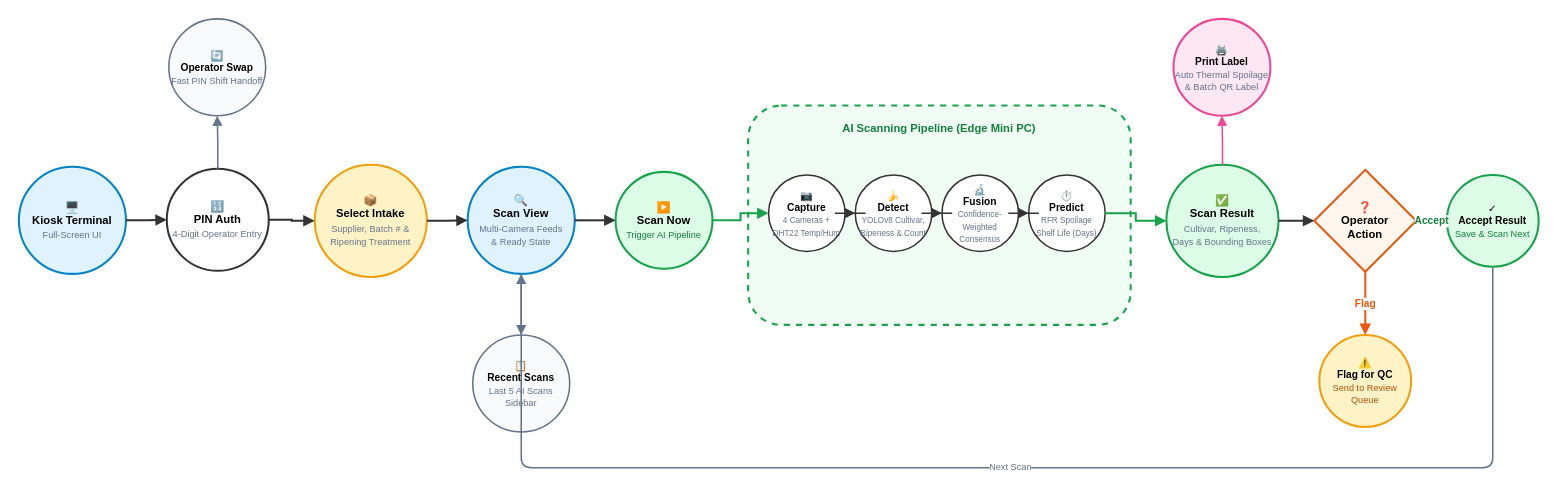
This is docs/bananavision-docs/docs/workflows/workflow_kiosk.drawio from BlackShark404/BananaVision, a draw.io file, before an edit. Source tidied: cells renumbered, new cells numbered last; positions are measured from the earlier drawing's top-left corner, leaving out a move shared by most shapes. Both pictures are drawn from the tidied source at 102%, with x=0, y=0 at pixel (18, 18).
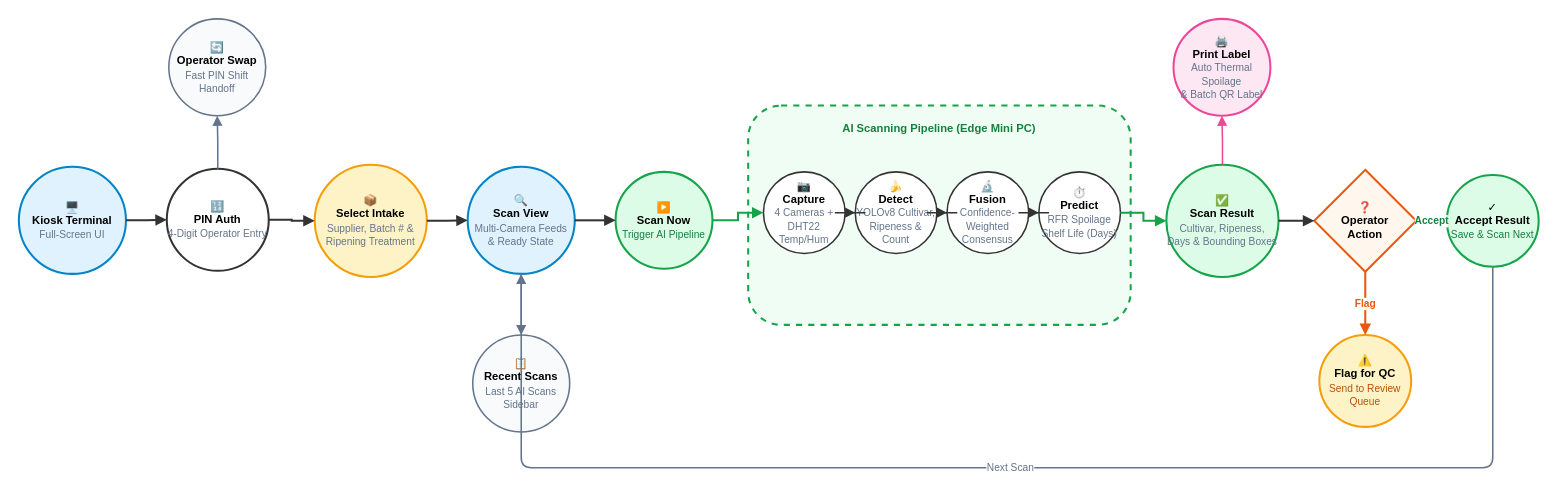
After the change.

Commit message (it also covers changes not shown here):
style: update font sizes and geometry in workflow diagram drawio files

The edit, as a diff of the source:
```diff
@@
-    <mxCell id="2" value="🖥️&lt;br&gt;&lt;b&gt;Kiosk Terminal&lt;/b&gt;&lt;br&gt;&lt;font color=&quot;#64748b&quot; style=&quot;font-size: 9px;&quot;&gt;Full-Screen UI&lt;/font&gt;" style="ellipse;whiteSpace=wrap;html=1;fillColor=#e0f2fe;strokeColor=#0284c7;strokeWidth=2;fontSize=11;fontStyle=0;" parent="1" vertex="1">
+    <mxCell id="2" value="🖥️&lt;br&gt;&lt;b&gt;Kiosk Terminal&lt;/b&gt;&lt;br&gt;&lt;font color=&quot;#64748b&quot; style=&quot;font-size: 10px;&quot;&gt;Full-Screen UI&lt;/font&gt;" style="ellipse;whiteSpace=wrap;html=1;fillColor=#e0f2fe;strokeColor=#0284c7;strokeWidth=2;fontSize=11;fontStyle=0;" parent="1" vertex="1">
       <mxGeometry y="145" width="105" height="105" as="geometry" />
     </mxCell>
-    <mxCell id="3" value="🔢&lt;br&gt;&lt;b&gt;PIN Auth&lt;/b&gt;&lt;br&gt;&lt;font color=&quot;#64748b&quot; style=&quot;font-size: 9px;&quot;&gt;4-Digit Operator Entry&lt;/font&gt;" style="ellipse;whiteSpace=wrap;html=1;fillColor=#ffffff;strokeColor=#333333;strokeWidth=2;fontSize=11;" parent="1" vertex="1">
+    <mxCell id="3" value="🔢&lt;br&gt;&lt;b&gt;PIN Auth&lt;/b&gt;&lt;br&gt;&lt;font color=&quot;#64748b&quot; style=&quot;font-size: 10px;&quot;&gt;4-Digit Operator Entry&lt;/font&gt;" style="ellipse;whiteSpace=wrap;html=1;fillColor=#ffffff;strokeColor=#333333;strokeWidth=2;fontSize=11;" parent="1" vertex="1">
       <mxGeometry x="145" y="147" width="100" height="100" as="geometry" />
     </mxCell>
-    <mxCell id="4" value="🔄&lt;br&gt;&lt;b&gt;Operator Swap&lt;/b&gt;&lt;br&gt;&lt;font color=&quot;#64748b&quot; style=&quot;font-size: 9px;&quot;&gt;Fast PIN Shift Handoff&lt;/font&gt;" style="ellipse;whiteSpace=wrap;html=1;fillColor=#f8fafc;strokeColor=#64748b;strokeWidth=1.5;strokeDasharray=4 4;fontSize=10;" parent="1" vertex="1">
+    <mxCell id="4" value="🔄&lt;br&gt;&lt;b&gt;Operator Swap&lt;/b&gt;&lt;br&gt;&lt;font color=&quot;#64748b&quot; style=&quot;font-size: 10px;&quot;&gt;Fast PIN Shift Handoff&lt;/font&gt;" style="ellipse;whiteSpace=wrap;html=1;fillColor=#f8fafc;strokeColor=#64748b;strokeWidth=1.5;strokeDasharray=4 4;fontSize=11;" parent="1" vertex="1">
       <mxGeometry x="147" width="95" height="95" as="geometry" />
     </mxCell>
-    <mxCell id="5" value="📦&lt;br&gt;&lt;b&gt;Select Intake&lt;/b&gt;&lt;br&gt;&lt;font color=&quot;#64748b&quot; style=&quot;font-size: 9px;&quot;&gt;Supplier, Batch # &amp;amp;&lt;br&gt;Ripening Treatment&lt;/font&gt;" style="ellipse;whiteSpace=wrap;html=1;fillColor=#fef3c7;strokeColor=#f59e0b;strokeWidth=2;fontSize=11;" parent="1" vertex="1">
+    <mxCell id="5" value="📦&lt;br&gt;&lt;b&gt;Select Intake&lt;/b&gt;&lt;br&gt;&lt;font color=&quot;#64748b&quot; style=&quot;font-size: 10px;&quot;&gt;Supplier, Batch # &amp;amp;&lt;br&gt;Ripening Treatment&lt;/font&gt;" style="ellipse;whiteSpace=wrap;html=1;fillColor=#fef3c7;strokeColor=#f59e0b;strokeWidth=2;fontSize=11;" parent="1" vertex="1">
       <mxGeometry x="290" y="143" width="110" height="110" as="geometry" />
     </mxCell>
-    <mxCell id="6" value="🔍&lt;br&gt;&lt;b&gt;Scan View&lt;/b&gt;&lt;br&gt;&lt;font color=&quot;#64748b&quot; style=&quot;font-size: 9px;&quot;&gt;Multi-Camera Feeds&lt;br&gt;&amp;amp; Ready State&lt;/font&gt;" style="ellipse;whiteSpace=wrap;html=1;fillColor=#e0f2fe;strokeColor=#0284c7;strokeWidth=2;fontSize=11;" parent="1" vertex="1">
+    <mxCell id="6" value="🔍&lt;br&gt;&lt;b&gt;Scan View&lt;/b&gt;&lt;br&gt;&lt;font color=&quot;#64748b&quot; style=&quot;font-size: 10px;&quot;&gt;Multi-Camera Feeds&lt;br&gt;&amp;amp; Ready State&lt;/font&gt;" style="ellipse;whiteSpace=wrap;html=1;fillColor=#e0f2fe;strokeColor=#0284c7;strokeWidth=2;fontSize=11;" parent="1" vertex="1">
       <mxGeometry x="440" y="145" width="105" height="105" as="geometry" />
     </mxCell>
-    <mxCell id="7" value="📋&lt;br&gt;&lt;b&gt;Recent Scans&lt;/b&gt;&lt;br&gt;&lt;font color=&quot;#64748b&quot; style=&quot;font-size: 9px;&quot;&gt;Last 5 AI Scans Sidebar&lt;/font&gt;" style="ellipse;whiteSpace=wrap;html=1;fillColor=#f8fafc;strokeColor=#64748b;strokeWidth=1.5;strokeDasharray=4 4;fontSize=10;" parent="1" vertex="1">
+    <mxCell id="7" value="📋&lt;br&gt;&lt;b&gt;Recent Scans&lt;/b&gt;&lt;br&gt;&lt;font color=&quot;#64748b&quot; style=&quot;font-size: 10px;&quot;&gt;Last 5 AI Scans Sidebar&lt;/font&gt;" style="ellipse;whiteSpace=wrap;html=1;fillColor=#f8fafc;strokeColor=#64748b;strokeWidth=1.5;strokeDasharray=4 4;fontSize=11;" parent="1" vertex="1">
       <mxGeometry x="445" y="310" width="95" height="95" as="geometry" />
     </mxCell>
-    <mxCell id="8" value="▶️&lt;br&gt;&lt;b&gt;Scan Now&lt;/b&gt;&lt;br&gt;&lt;font color=&quot;#15803d&quot; style=&quot;font-size: 9px;&quot;&gt;Trigger AI Pipeline&lt;/font&gt;" style="ellipse;whiteSpace=wrap;html=1;fillColor=#dcfce7;strokeColor=#16a34a;strokeWidth=2;fontSize=11;" parent="1" vertex="1">
+    <mxCell id="8" value="▶️&lt;br&gt;&lt;b&gt;Scan Now&lt;/b&gt;&lt;br&gt;&lt;font color=&quot;#15803d&quot; style=&quot;font-size: 10px;&quot;&gt;Trigger AI Pipeline&lt;/font&gt;" style="ellipse;whiteSpace=wrap;html=1;fillColor=#dcfce7;strokeColor=#16a34a;strokeWidth=2;fontSize=11;" parent="1" vertex="1">
       <mxGeometry x="585" y="150" width="95" height="95" as="geometry" />
     </mxCell>
@@
-    <mxCell id="11" value="📷&lt;br&gt;&lt;b&gt;Capture&lt;/b&gt;&lt;br&gt;&lt;font color=&quot;#64748b&quot; style=&quot;font-size: 8px;&quot;&gt;4 Cameras +&lt;br&gt;DHT22 Temp/Hum&lt;/font&gt;" style="ellipse;whiteSpace=wrap;html=1;fillColor=#ffffff;strokeColor=#333333;strokeWidth=1.5;fontSize=10;" parent="1" vertex="1">
-      <mxGeometry x="735" y="153" width="75" height="75" as="geometry" />
+    <mxCell id="11" value="📷&lt;br&gt;&lt;b&gt;Capture&lt;/b&gt;&lt;br&gt;&lt;font color=&quot;#64748b&quot; style=&quot;font-size: 10px;&quot;&gt;4 Cameras +&lt;br&gt;DHT22 Temp/Hum&lt;/font&gt;" style="ellipse;whiteSpace=wrap;html=1;fillColor=#ffffff;strokeColor=#333333;strokeWidth=1.5;fontSize=11;" parent="1" vertex="1">
+      <mxGeometry x="730" y="150" width="80" height="80" as="geometry" />
     </mxCell>
-    <mxCell id="12" value="🍌&lt;br&gt;&lt;b&gt;Detect&lt;/b&gt;&lt;br&gt;&lt;font color=&quot;#64748b&quot; style=&quot;font-size: 8px;&quot;&gt;YOLOv8 Cultivar,&lt;br&gt;Ripeness &amp;amp; Count&lt;/font&gt;" style="ellipse;whiteSpace=wrap;html=1;fillColor=#ffffff;strokeColor=#333333;strokeWidth=1.5;fontSize=10;" parent="1" vertex="1">
-      <mxGeometry x="820" y="153" width="75" height="75" as="geometry" />
+    <mxCell id="12" value="🍌&lt;br&gt;&lt;b&gt;Detect&lt;/b&gt;&lt;br&gt;&lt;font color=&quot;#64748b&quot; style=&quot;font-size: 10px;&quot;&gt;YOLOv8 Cultivar,&lt;br&gt;Ripeness &amp;amp; Count&lt;/font&gt;" style="ellipse;whiteSpace=wrap;html=1;fillColor=#ffffff;strokeColor=#333333;strokeWidth=1.5;fontSize=11;" parent="1" vertex="1">
+      <mxGeometry x="820" y="150" width="80" height="80" as="geometry" />
     </mxCell>
-    <mxCell id="13" value="🔬&lt;br&gt;&lt;b&gt;Fusion&lt;/b&gt;&lt;br&gt;&lt;font color=&quot;#64748b&quot; style=&quot;font-size: 8px;&quot;&gt;Confidence-&lt;br&gt;Weighted Consensus&lt;/font&gt;" style="ellipse;whiteSpace=wrap;html=1;fillColor=#ffffff;strokeColor=#333333;strokeWidth=1.5;fontSize=10;" parent="1" vertex="1">
-      <mxGeometry x="905" y="153" width="75" height="75" as="geometry" />
+    <mxCell id="13" value="🔬&lt;br&gt;&lt;b&gt;Fusion&lt;/b&gt;&lt;br&gt;&lt;font color=&quot;#64748b&quot; style=&quot;font-size: 10px;&quot;&gt;Confidence-&lt;br&gt;Weighted Consensus&lt;/font&gt;" style="ellipse;whiteSpace=wrap;html=1;fillColor=#ffffff;strokeColor=#333333;strokeWidth=1.5;fontSize=11;" parent="1" vertex="1">
+      <mxGeometry x="910" y="150" width="80" height="80" as="geometry" />
     </mxCell>
-    <mxCell id="14" value="⏱️&lt;br&gt;&lt;b&gt;Predict&lt;/b&gt;&lt;br&gt;&lt;font color=&quot;#64748b&quot; style=&quot;font-size: 8px;&quot;&gt;RFR Spoilage&lt;br&gt;Shelf Life (Days)&lt;/font&gt;" style="ellipse;whiteSpace=wrap;html=1;fillColor=#ffffff;strokeColor=#333333;strokeWidth=1.5;fontSize=10;" parent="1" vertex="1">
-      <mxGeometry x="990" y="153" width="75" height="75" as="geometry" />
+    <mxCell id="14" value="⏱️&lt;br&gt;&lt;b&gt;Predict&lt;/b&gt;&lt;br&gt;&lt;font color=&quot;#64748b&quot; style=&quot;font-size: 10px;&quot;&gt;RFR Spoilage&lt;br&gt;Shelf Life (Days)&lt;/font&gt;" style="ellipse;whiteSpace=wrap;html=1;fillColor=#ffffff;strokeColor=#333333;strokeWidth=1.5;fontSize=11;" parent="1" vertex="1">
+      <mxGeometry x="1000" y="150" width="80" height="80" as="geometry" />
     </mxCell>
-    <mxCell id="15" value="✅&lt;br&gt;&lt;b&gt;Scan Result&lt;/b&gt;&lt;br&gt;&lt;font color=&quot;#64748b&quot; style=&quot;font-size: 9px;&quot;&gt;Cultivar, Ripeness,&lt;br&gt;Days &amp;amp; Bounding Boxes&lt;/font&gt;" style="ellipse;whiteSpace=wrap;html=1;fillColor=#dcfce7;strokeColor=#16a34a;strokeWidth=2;fontSize=11;" parent="1" vertex="1">
+    <mxCell id="15" value="✅&lt;br&gt;&lt;b&gt;Scan Result&lt;/b&gt;&lt;br&gt;&lt;font color=&quot;#64748b&quot; style=&quot;font-size: 10px;&quot;&gt;Cultivar, Ripeness,&lt;br&gt;Days &amp;amp; Bounding Boxes&lt;/font&gt;" style="ellipse;whiteSpace=wrap;html=1;fillColor=#dcfce7;strokeColor=#16a34a;strokeWidth=2;fontSize=11;" parent="1" vertex="1">
       <mxGeometry x="1125" y="143" width="110" height="110" as="geometry" />
     </mxCell>
-    <mxCell id="16" value="🖨️&lt;br&gt;&lt;b&gt;Print Label&lt;/b&gt;&lt;br&gt;&lt;font color=&quot;#64748b&quot; style=&quot;font-size: 9px;&quot;&gt;Auto Thermal Spoilage&lt;br&gt;&amp;amp; Batch QR Label&lt;/font&gt;" style="ellipse;whiteSpace=wrap;html=1;fillColor=#fce7f3;strokeColor=#ec4899;strokeWidth=2;fontSize=10;" parent="1" vertex="1">
+    <mxCell id="16" value="🖨️&lt;br&gt;&lt;b&gt;Print Label&lt;/b&gt;&lt;br&gt;&lt;font color=&quot;#64748b&quot; style=&quot;font-size: 10px;&quot;&gt;Auto Thermal Spoilage&lt;br&gt;&amp;amp; Batch QR Label&lt;/font&gt;" style="ellipse;whiteSpace=wrap;html=1;fillColor=#fce7f3;strokeColor=#ec4899;strokeWidth=2;fontSize=11;" parent="1" vertex="1">
       <mxGeometry x="1132" width="95" height="95" as="geometry" />
     </mxCell>
@@
-    <mxCell id="18" value="✓&lt;br&gt;&lt;b&gt;Accept Result&lt;/b&gt;&lt;br&gt;&lt;font color=&quot;#15803d&quot; style=&quot;font-size: 9px;&quot;&gt;Save &amp;amp; Scan Next&lt;/font&gt;" style="ellipse;whiteSpace=wrap;html=1;fillColor=#dcfce7;strokeColor=#16a34a;strokeWidth=2;fontSize=10;" parent="1" vertex="1">
+    <mxCell id="18" value="✓&lt;br&gt;&lt;b&gt;Accept Result&lt;/b&gt;&lt;br&gt;&lt;font color=&quot;#15803d&quot; style=&quot;font-size: 10px;&quot;&gt;Save &amp;amp; Scan Next&lt;/font&gt;" style="ellipse;whiteSpace=wrap;html=1;fillColor=#dcfce7;strokeColor=#16a34a;strokeWidth=2;fontSize=11;" parent="1" vertex="1">
       <mxGeometry x="1400" y="153" width="90" height="90" as="geometry" />
     </mxCell>
-    <mxCell id="19" value="⚠️&lt;br&gt;&lt;b&gt;Flag for QC&lt;/b&gt;&lt;br&gt;&lt;font color=&quot;#b45309&quot; style=&quot;font-size: 9px;&quot;&gt;Send to Review Queue&lt;/font&gt;" style="ellipse;whiteSpace=wrap;html=1;fillColor=#fef3c7;strokeColor=#f59e0b;strokeWidth=2;fontSize=10;" parent="1" vertex="1">
+    <mxCell id="19" value="⚠️&lt;br&gt;&lt;b&gt;Flag for QC&lt;/b&gt;&lt;br&gt;&lt;font color=&quot;#b45309&quot; style=&quot;font-size: 10px;&quot;&gt;Send to Review Queue&lt;/font&gt;" style="ellipse;whiteSpace=wrap;html=1;fillColor=#fef3c7;strokeColor=#f59e0b;strokeWidth=2;fontSize=11;" parent="1" vertex="1">
       <mxGeometry x="1275" y="310" width="90" height="90" as="geometry" />
     </mxCell>
@@
-    <mxCell id="35" value="Next Scan" style="edgeStyle=orthogonalEdgeStyle;rounded=1;jettySize=auto;html=1;strokeWidth=1.5;strokeColor=#64748b;strokeDasharray=4 4;endArrow=block;endFill=1;fontSize=9;fontColor=#64748b;exitX=0.5;exitY=1;exitDx=0;exitDy=0;entryX=0.5;entryY=1;entryDx=0;entryDy=0;" parent="1" edge="1" source="18" target="6">
+    <mxCell id="35" value="Next Scan" style="edgeStyle=orthogonalEdgeStyle;rounded=1;jettySize=auto;html=1;strokeWidth=1.5;strokeColor=#64748b;strokeDasharray=4 4;endArrow=block;endFill=1;fontSize=10;fontColor=#64748b;exitX=0.5;exitY=1;exitDx=0;exitDy=0;entryX=0.5;entryY=1;entryDx=0;entryDy=0;" parent="1" edge="1" source="18" target="6">
       <mxGeometry relative="1" as="geometry">
         <Array as="points">
           <mxPoint x="1445" y="440" />
           <mxPoint x="492" y="440" />
         </Array>
       </mxGeometry>
     </mxCell>
```
